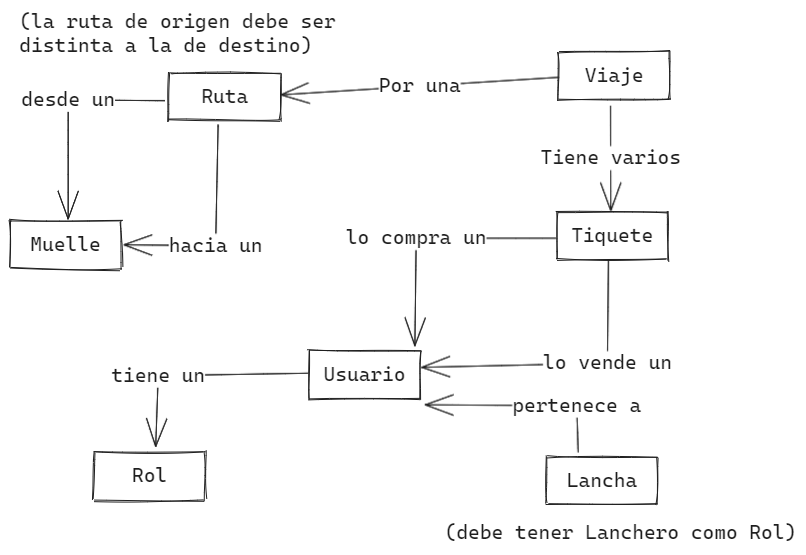
Above: docs/data-model.excalidraw.png in amezquitam/sitramasa (Excalidraw), before the change. Source tidied: one line per element, renumbered; positions are measured from the earlier drawing's top-left corner, leaving out a move shared by most shapes.
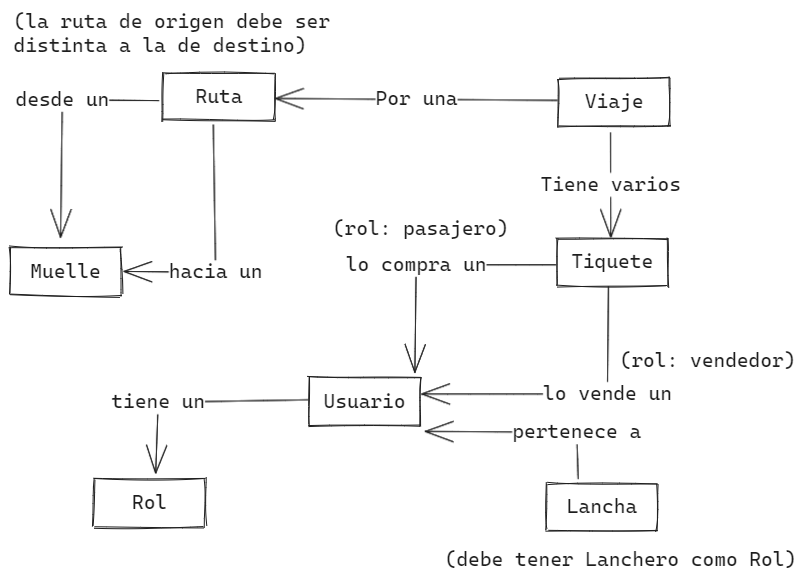
The same file after the commit.

Commit message:
especificando los roles de vendedor y comprador

Diff of the diagram source:
```diff
@@ -3,30 +3,32 @@
 {"id": 2, "type": "rectangle", "strokeColor": "#1e1e1e", "strokeWidth": 1, "roughness": 1, "x": 299, "y": 341, "width": 111, "height": 48}
 {"id": 3, "type": "text", "text": "Usuario", "strokeColor": "#1e1e1e", "strokeWidth": 1, "roughness": 1, "fontSize": 20, "fontFamily": 3, "textAlign": "center", "verticalAlign": "middle", "inside": 2, "x": 313, "y": 353, "width": 82, "height": 24}
 {"id": 4, "type": "arrow", "strokeColor": "#1e1e1e", "strokeWidth": 1, "roughness": 0, "endArrowhead": "arrow", "from": 2, "to": 0, "x": 298, "y": 363, "width": 153, "height": 73, "points": [[0, 0], [-150, 2], [-153, 73]]}
-{"id": 5, "type": "text", "text": "tiene un", "strokeColor": "#1e1e1e", "strokeWidth": 1, "roughness": 0, "fontSize": 20, "fontFamily": 3, "textAlign": "center", "verticalAlign": "middle", "inside": 4, "x": 144, "y": 351, "width": 94, "height": 24}
+{"id": 5, "type": "text", "text": "tiene un", "strokeColor": "#1e1e1e", "strokeWidth": 1, "roughness": 0, "fontSize": 20, "fontFamily": 3, "textAlign": "center", "verticalAlign": "middle", "inside": 4, "x": 101, "y": 354, "width": 94, "height": 24}
 {"id": 6, "type": "rectangle", "strokeColor": "#1e1e1e", "strokeWidth": 1, "roughness": 1, "x": 536, "y": 447, "width": 111, "height": 48}
 {"id": 7, "type": "text", "text": "Lancha", "strokeColor": "#1e1e1e", "strokeWidth": 1, "roughness": 1, "fontSize": 20, "fontFamily": 3, "textAlign": "center", "verticalAlign": "middle", "inside": 6, "x": 557, "y": 459, "width": 70, "height": 24}
 {"id": 8, "type": "arrow", "strokeColor": "#1e1e1e", "strokeWidth": 1, "roughness": 0, "endArrowhead": "arrow", "from": 6, "to": 2, "x": 568, "y": 442, "width": 153, "height": 48, "points": [[0, 0], [-2, -47], [-153, -48]]}
-{"id": 9, "type": "text", "text": "pertenece a", "strokeColor": "#1e1e1e", "strokeWidth": 1, "roughness": 0, "fontSize": 20, "fontFamily": 3, "textAlign": "center", "verticalAlign": "middle", "inside": 8, "x": 444, "y": 360, "width": 129, "height": 24}
+{"id": 9, "type": "text", "text": "pertenece a", "strokeColor": "#1e1e1e", "strokeWidth": 1, "roughness": 0, "fontSize": 20, "fontFamily": 3, "textAlign": "center", "verticalAlign": "middle", "inside": 8, "x": 502, "y": 384, "width": 129, "height": 24}
 {"id": 10, "type": "text", "text": "(debe tener Lanchero como Rol)", "strokeColor": "#1e1e1e", "strokeWidth": 1, "roughness": 0, "fontSize": 20, "fontFamily": 3, "x": 435, "y": 511, "width": 352, "height": 24}
 {"id": 11, "type": "rectangle", "strokeColor": "#1e1e1e", "strokeWidth": 1, "roughness": 1, "x": 0, "y": 211, "width": 111, "height": 48}
 {"id": 12, "type": "text", "text": "Muelle", "strokeColor": "#1e1e1e", "strokeWidth": 1, "roughness": 1, "fontSize": 20, "fontFamily": 3, "textAlign": "center", "verticalAlign": "middle", "inside": 11, "x": 20, "y": 223, "width": 70, "height": 24}
-{"id": 13, "type": "rectangle", "strokeColor": "#1e1e1e", "strokeWidth": 1, "roughness": 1, "x": 159, "y": 63, "width": 111, "height": 48}
+{"id": 13, "type": "rectangle", "strokeColor": "#1e1e1e", "strokeWidth": 1, "roughness": 1, "x": 153, "y": 36, "width": 111, "height": 48}
-{"id": 14, "type": "text", "text": "Ruta", "strokeColor": "#1e1e1e", "strokeWidth": 1, "roughness": 1, "fontSize": 20, "fontFamily": 3, "textAlign": "center", "verticalAlign": "middle", "inside": 13, "x": 191, "y": 75, "width": 47, "height": 24}
+{"id": 14, "type": "text", "text": "Ruta", "strokeColor": "#1e1e1e", "strokeWidth": 1, "roughness": 1, "fontSize": 20, "fontFamily": 3, "textAlign": "center", "verticalAlign": "middle", "inside": 13, "x": 186, "y": 48, "width": 47, "height": 24}
-{"id": 15, "type": "arrow", "strokeColor": "#1e1e1e", "strokeWidth": 1, "roughness": 0, "endArrowhead": "arrow", "from": 13, "to": 11, "x": 155, "y": 91, "width": 97, "height": 119, "points": [[0, 0], [-97, -1], [-97, 118]]}
+{"id": 15, "type": "arrow", "strokeColor": "#1e1e1e", "strokeWidth": 1, "roughness": 0, "endArrowhead": "arrow", "from": 13, "to": 11, "x": 149, "y": 64, "width": 98, "height": 137, "points": [[0, 0], [-97, -1], [-98, 137]]}
-{"id": 16, "type": "text", "text": "desde un", "strokeColor": "#1e1e1e", "strokeWidth": 1, "roughness": 0, "fontSize": 20, "fontFamily": 3, "textAlign": "center", "verticalAlign": "middle", "inside": 15, "x": 11, "y": 78, "width": 94, "height": 24}
+{"id": 16, "type": "text", "text": "desde un", "strokeColor": "#1e1e1e", "strokeWidth": 1, "roughness": 0, "fontSize": 20, "fontFamily": 3, "textAlign": "center", "verticalAlign": "middle", "inside": 15, "x": 5, "y": 51, "width": 94, "height": 24}
-{"id": 17, "type": "arrow", "strokeColor": "#1e1e1e", "strokeWidth": 1, "roughness": 0, "endArrowhead": "arrow", "from": 13, "to": 11, "x": 208, "y": 115, "width": 94, "height": 121, "points": [[0, 0], [-2, 121], [-94, 120]]}
+{"id": 17, "type": "arrow", "strokeColor": "#1e1e1e", "strokeWidth": 1, "roughness": 0, "endArrowhead": "arrow", "from": 13, "to": 11, "x": 203, "y": 88, "width": 92, "height": 148, "points": [[0, 0], [2, 148], [-89, 147]]}
 {"id": 18, "type": "text", "text": "hacia un", "strokeColor": "#1e1e1e", "strokeWidth": 1, "roughness": 0, "fontSize": 20, "fontFamily": 3, "textAlign": "center", "verticalAlign": "middle", "inside": 17, "x": 159, "y": 224, "width": 94, "height": 24}
-{"id": 19, "type": "text", "text": "(la ruta de origen debe ser\ndistinta a la de destino)", "strokeColor": "#1e1e1e", "strokeWidth": 1, "roughness": 0, "fontSize": 20, "fontFamily": 3, "x": 9, "y": 0, "width": 316, "height": 48}
+{"id": 19, "type": "text", "text": "(la ruta de origen debe ser\ndistinta a la de destino)", "strokeColor": "#1e1e1e", "strokeWidth": 1, "roughness": 0, "fontSize": 20, "fontFamily": 3, "x": 3, "y": -27, "width": 316, "height": 48}
 {"id": 20, "type": "rectangle", "strokeColor": "#1e1e1e", "strokeWidth": 1, "roughness": 1, "x": 547, "y": 202, "width": 111, "height": 48}
 {"id": 21, "type": "text", "text": "Tiquete", "strokeColor": "#1e1e1e", "strokeWidth": 1, "roughness": 1, "fontSize": 20, "fontFamily": 3, "textAlign": "center", "verticalAlign": "middle", "inside": 20, "x": 561, "y": 214, "width": 82, "height": 24}
 {"id": 22, "type": "arrow", "strokeColor": "#1e1e1e", "strokeWidth": 1, "roughness": 0, "endArrowhead": "arrow", "from": 20, "to": 2, "x": 546, "y": 228, "width": 141, "height": 108, "points": [[0, 0], [-140, 0], [-141, 108]]}
-{"id": 23, "type": "text", "text": "lo compra un", "strokeColor": "#1e1e1e", "strokeWidth": 1, "roughness": 0, "fontSize": 20, "fontFamily": 3, "textAlign": "center", "verticalAlign": "middle", "inside": 22, "x": 262, "y": 218, "width": 141, "height": 24}
+{"id": 23, "type": "text", "text": "lo compra un", "strokeColor": "#1e1e1e", "strokeWidth": 1, "roughness": 0, "fontSize": 20, "fontFamily": 3, "textAlign": "center", "verticalAlign": "middle", "inside": 22, "x": 336, "y": 216, "width": 141, "height": 24}
-{"id": 24, "type": "arrow", "strokeColor": "#1e1e1e", "strokeWidth": 1, "roughness": 0, "endArrowhead": "arrow", "from": 20, "to": 2, "x": 599, "y": 250, "width": 187, "height": 108, "points": [[0, 0], [-1, 103], [-187, 108]]}
+{"id": 24, "type": "arrow", "strokeColor": "#1e1e1e", "strokeWidth": 1, "roughness": 0, "endArrowhead": "arrow", "from": 20, "to": 2, "x": 599, "y": 250, "width": 187, "height": 108, "points": [[0, 0], [-1, 108], [-187, 108]]}
-{"id": 25, "type": "text", "text": "lo vende un", "strokeColor": "#1e1e1e", "strokeWidth": 1, "roughness": 0, "fontSize": 20, "fontFamily": 3, "textAlign": "center", "verticalAlign": "middle", "inside": 24, "x": 533, "y": 346, "width": 129, "height": 24}
+{"id": 25, "type": "text", "text": "lo vende un", "strokeColor": "#1e1e1e", "strokeWidth": 1, "roughness": 0, "fontSize": 20, "fontFamily": 3, "textAlign": "center", "verticalAlign": "middle", "inside": 24, "x": 533, "y": 341, "width": 129, "height": 24}
 {"id": 26, "type": "rectangle", "strokeColor": "#1e1e1e", "strokeWidth": 1, "roughness": 1, "x": 549, "y": 42, "width": 111, "height": 48}
 {"id": 27, "type": "text", "text": "Viaje", "strokeColor": "#1e1e1e", "strokeWidth": 1, "roughness": 1, "fontSize": 20, "fontFamily": 3, "textAlign": "center", "verticalAlign": "middle", "inside": 26, "x": 575, "y": 54, "width": 59, "height": 24}
 {"id": 28, "type": "arrow", "strokeColor": "#1e1e1e", "strokeWidth": 1, "roughness": 0, "endArrowhead": "arrow", "from": 26, "to": 20, "x": 601, "y": 96, "width": 0, "height": 105, "points": [[0, 0], [0, 105]]}
 {"id": 29, "type": "text", "text": "Tiene varios", "strokeColor": "#1e1e1e", "strokeWidth": 1, "roughness": 0, "fontSize": 20, "fontFamily": 3, "textAlign": "center", "verticalAlign": "middle", "inside": 28, "x": 530, "y": 136, "width": 141, "height": 24}
-{"id": 30, "type": "arrow", "strokeColor": "#1e1e1e", "strokeWidth": 1, "roughness": 0, "endArrowhead": "arrow", "from": 26, "to": 13, "x": 549, "y": 67, "width": 278, "height": 18, "points": [[0, 0], [-278, 18]]}
+{"id": 30, "type": "arrow", "strokeColor": "#1e1e1e", "strokeWidth": 1, "roughness": 0, "endArrowhead": "arrow", "from": 26, "to": 13, "x": 548, "y": 64, "width": 282, "height": 2, "points": [[0, 0], [-282, -2]]}
 {"id": 31, "type": "text", "text": "Por una", "strokeColor": "#1e1e1e", "strokeWidth": 1, "roughness": 0, "fontSize": 20, "fontFamily": 3, "textAlign": "center", "verticalAlign": "middle", "inside": 30, "x": 369, "y": 64, "width": 82, "height": 24}
+{"id": 32, "type": "text", "text": "(rol: vendedor)", "strokeColor": "#1e1e1e", "strokeWidth": 1, "roughness": 0, "fontSize": 20, "fontFamily": 3, "x": 610, "y": 312, "width": 176, "height": 24}
+{"id": 33, "type": "text", "text": "(rol: pasajero)", "strokeColor": "#1e1e1e", "strokeWidth": 1, "roughness": 0, "fontSize": 20, "fontFamily": 3, "x": 316, "y": 183, "width": 176, "height": 24}
```
